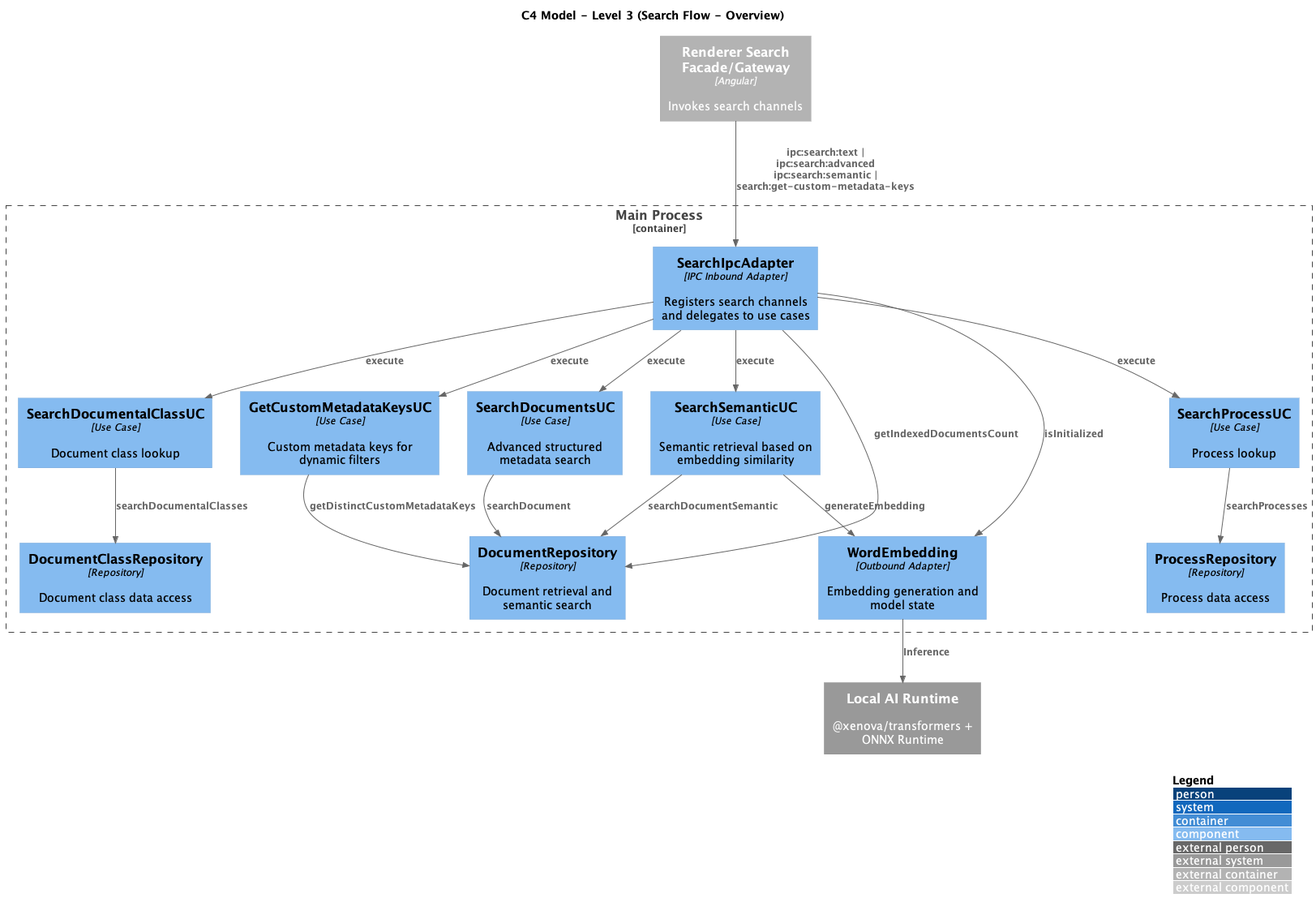
7-ZPUs/Docs keeps this PlantUML diagram as out/3_PB/DocumentiEsterni/DiagrammiSpecificaTecnica/generated_/architecture/c1-c3/C3-main-search-flow/C3_Main_Search_Flow_No_Repos.png. Above is the earlier version.
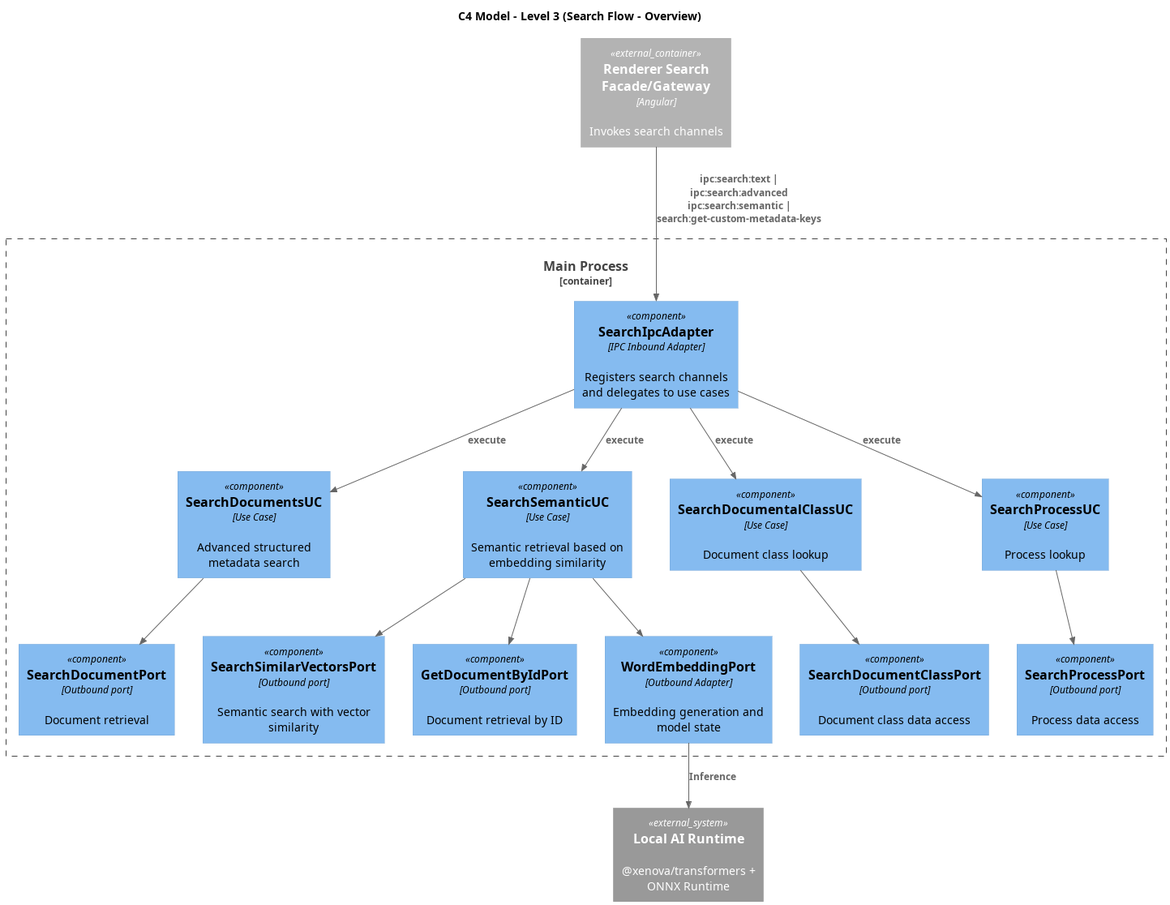
The same diagram one commit later.

Diff of the diagram source:
```diff
@@ -3,21 +3,21 @@
 
 title C4 Model - Level 3 (Search Flow - Overview)
 
-LAYOUT_WITH_LEGEND()
+skinparam linetype straight
 
 Container_Boundary(main_container, "Main Process") {
   Component(search_ipc, "SearchIpcAdapter", "IPC Inbound Adapter", "Registers search channels and delegates to use cases")
-
   Component(search_docs_uc, "SearchDocumentsUC", "Use Case", "Advanced structured metadata search")
   Component(search_semantic_uc, "SearchSemanticUC", "Use Case", "Semantic retrieval based on embedding similarity")
   Component(search_class_uc, "SearchDocumentalClassUC", "Use Case", "Document class lookup")
   Component(search_process_uc, "SearchProcessUC", "Use Case", "Process lookup")
-  Component(custom_keys_uc, "GetCustomMetadataKeysUC", "Use Case", "Custom metadata keys for dynamic filters")
 
-  Component(doc_repo, "DocumentRepository", "Repository", "Document retrieval and semantic search")
-  Component(doc_class_repo, "DocumentClassRepository", "Repository", "Document class data access")
-  Component(process_repo, "ProcessRepository", "Repository", "Process data access")
-  Component(word_embedding, "WordEmbedding", "Outbound Adapter", "Embedding generation and model state")
+  Component(semantic_search, "SearchSimilarVectorsPort", "Outbound port", "Semantic search with vector similarity")
+  Component(doc_get_by_id, "GetDocumentByIdPort", "Outbound port", "Document retrieval by ID")
+  Component(doc_repo, "SearchDocumentPort", "Outbound port", "Document retrieval")
+  Component(doc_class_repo, "SearchDocumentClassPort", "Outbound port", "Document class data access")
+  Component(process_repo, "SearchProcessPort", "Outbound port", "Process data access")
+  Component(word_embedding, "WordEmbeddingPort", "Outbound Adapter", "Embedding generation and model state")
 }
 
 Container_Ext(renderer, "Renderer Search Facade/Gateway", "Angular", "Invokes search channels")
@@ -29,16 +29,13 @@
 Rel(search_ipc, search_semantic_uc, "execute")
 Rel(search_ipc, search_class_uc, "execute")
 Rel(search_ipc, search_process_uc, "execute")
-Rel(search_ipc, custom_keys_uc, "execute")
-Rel(search_ipc, word_embedding, "isInitialized")
-Rel(search_ipc, doc_repo, "getIndexedDocumentsCount")
 
-Rel(search_docs_uc, doc_repo, "searchDocument")
-Rel(search_semantic_uc, word_embedding, "generateEmbedding")
-Rel(search_semantic_uc, doc_repo, "searchDocumentSemantic")
-Rel(search_class_uc, doc_class_repo, "searchDocumentalClasses")
-Rel(search_process_uc, process_repo, "searchProcesses")
-Rel(custom_keys_uc, doc_repo, "getDistinctCustomMetadataKeys")
+Rel(search_docs_uc, doc_repo, "")
+Rel(search_semantic_uc, word_embedding, "")
+Rel(search_semantic_uc, doc_get_by_id, "")
+Rel(search_semantic_uc, semantic_search, "")
+Rel(search_class_uc, doc_class_repo, "")
+Rel(search_process_uc, process_repo, "")
 
 Rel(word_embedding, ai_runtime, "Inference")
 
```
